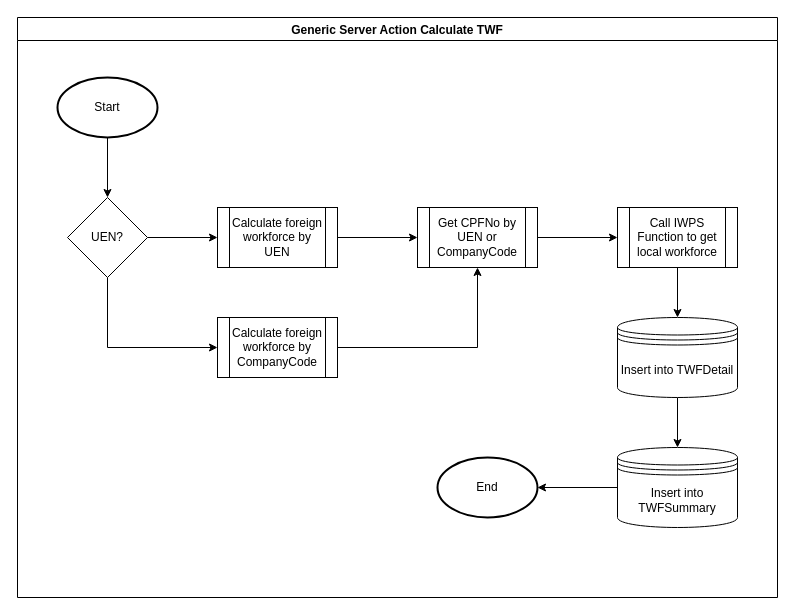
Before: GenericServerActionCalculateTWF.drawio in willyip2377/DrawIo, a draw.io diagram. Source tidied: cells renumbered, new cells numbered last; positions are measured from the earlier drawing's top-left corner, leaving out a move shared by most shapes. Both pictures are drawn from the tidied source at 100%, with x=0, y=0 at pixel (17, 17).
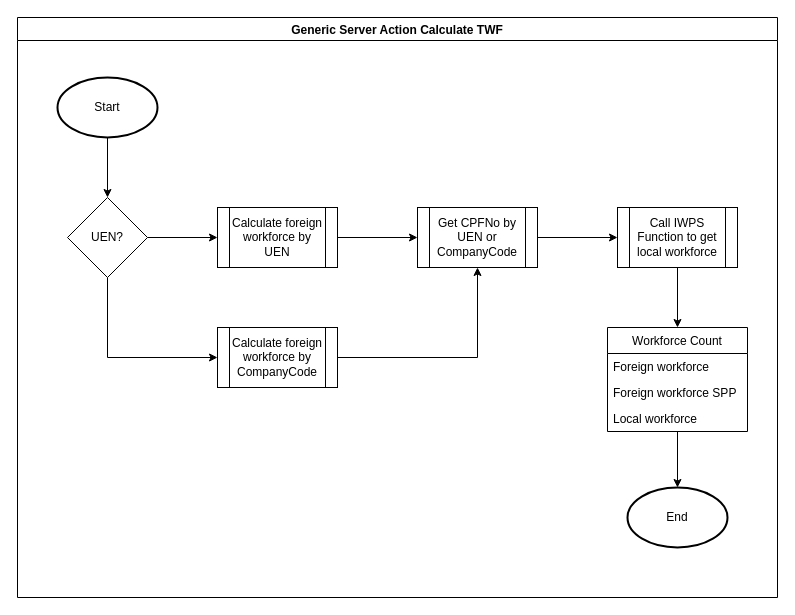
The same diagram, later.

The change refers to these unchanged cells:
```xml
<mxCell id="2" value="Generic Server Action Calculate TWF" style="swimlane;" parent="1" vertex="1">
  <mxGeometry width="760" height="580" as="geometry" />
</mxCell>
<mxCell id="13" value="Call IWPS Function to get local workforce" style="shape=process;whiteSpace=wrap;html=1;backgroundOutline=1;" parent="2" vertex="1">
  <mxGeometry x="600" y="190" width="120" height="60" as="geometry" />
</mxCell>
```

The edit, as a diff of the source:
```diff
@@
     <mxCell id="11" value="Calculate foreign workforce by CompanyCode" style="shape=process;whiteSpace=wrap;html=1;backgroundOutline=1;" parent="2" vertex="1">
-      <mxGeometry x="200" y="300" width="120" height="60" as="geometry" />
+      <mxGeometry x="200" y="310" width="120" height="60" as="geometry" />
     </mxCell>
-    <mxCell id="12" style="edgeStyle=orthogonalEdgeStyle;rounded=0;jettySize=auto;html=1;" parent="2" edge="1" source="13" target="17">
-      <mxGeometry relative="1" as="geometry" />
-    </mxCell>
+    <mxCell id="21" style="edgeStyle=orthogonalEdgeStyle;rounded=0;jettySize=auto;html=1;exitX=0.5;exitY=1;exitDx=0;exitDy=0;" parent="2" edge="1" source="13" target="23">
+      <mxGeometry relative="1" as="geometry" />
+    </mxCell>
@@
-    <mxCell id="16" style="edgeStyle=orthogonalEdgeStyle;rounded=0;jettySize=auto;html=1;" parent="2" edge="1" source="17" target="19">
-      <mxGeometry relative="1" as="geometry" />
-    </mxCell>
-    <mxCell id="17" value="Insert into TWFDetail" style="shape=datastore;whiteSpace=wrap;html=1;" parent="2" vertex="1">
-      <mxGeometry x="600" y="300" width="120" height="80" as="geometry" />
-    </mxCell>
-    <mxCell id="18" style="edgeStyle=orthogonalEdgeStyle;rounded=0;jettySize=auto;html=1;" parent="2" edge="1" source="19" target="20">
-      <mxGeometry relative="1" as="geometry" />
-    </mxCell>
-    <mxCell id="19" value="Insert into TWFSummary" style="shape=datastore;whiteSpace=wrap;html=1;" parent="2" vertex="1">
-      <mxGeometry x="600" y="430" width="120" height="80" as="geometry" />
-    </mxCell>
     <mxCell id="20" value="End" style="strokeWidth=2;html=1;shape=mxgraph.flowchart.start_1;whiteSpace=wrap;" parent="2" vertex="1">
-      <mxGeometry x="420" y="440" width="100" height="60" as="geometry" />
+      <mxGeometry x="610" y="470" width="100" height="60" as="geometry" />
     </mxCell>
+    <mxCell id="22" style="edgeStyle=orthogonalEdgeStyle;rounded=0;jettySize=auto;html=1;" parent="2" edge="1" source="23" target="20">
+      <mxGeometry relative="1" as="geometry" />
+    </mxCell>
+    <mxCell id="23" value="Workforce Count" style="swimlane;fontStyle=0;horizontal=1;startSize=26;fillColor=none;" parent="2" vertex="1">
+      <mxGeometry x="590" y="310" width="140" height="104" as="geometry" />
+    </mxCell>
+    <mxCell id="24" value="Foreign workforce" style="text;strokeColor=none;fillColor=none;align=left;verticalAlign=top;spacingLeft=4;spacingRight=4;overflow=hidden;" parent="23" vertex="1">
+      <mxGeometry y="26" width="140" height="26" as="geometry" />
+    </mxCell>
+    <mxCell id="25" value="Foreign workforce SPP" style="text;strokeColor=none;fillColor=none;align=left;verticalAlign=top;spacingLeft=4;spacingRight=4;overflow=hidden;" parent="23" vertex="1">
+      <mxGeometry y="52" width="140" height="26" as="geometry" />
+    </mxCell>
+    <mxCell id="26" value="Local workforce" style="text;strokeColor=none;fillColor=none;align=left;verticalAlign=top;spacingLeft=4;spacingRight=4;overflow=hidden;" parent="23" vertex="1">
+      <mxGeometry y="78" width="140" height="26" as="geometry" />
+    </mxCell>
```
